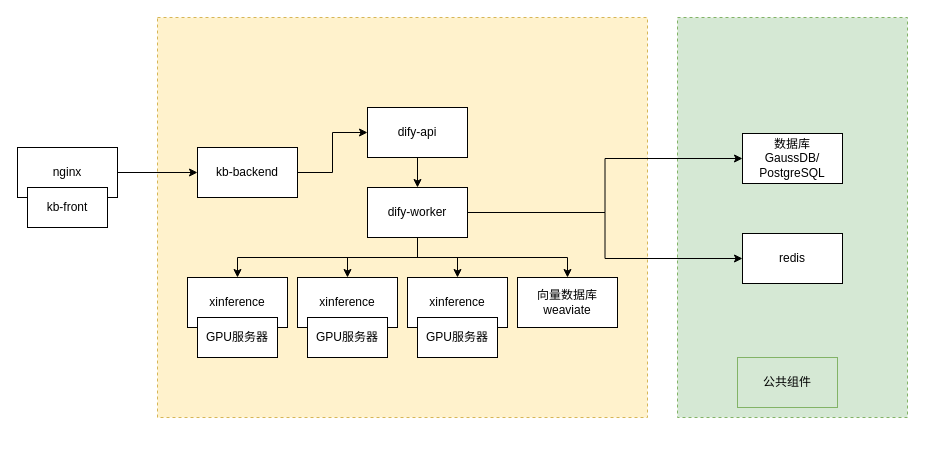
This is 未命名绘图.drawio from james-li/james-li.github.io, a draw.io file, before an edit. Source tidied: cells renumbered, new cells numbered last; positions are measured from the earlier drawing's top-left corner, leaving out a move shared by most shapes. Both pictures are drawn from the tidied source at 100%, with x=0, y=0 at pixel (17, 17).
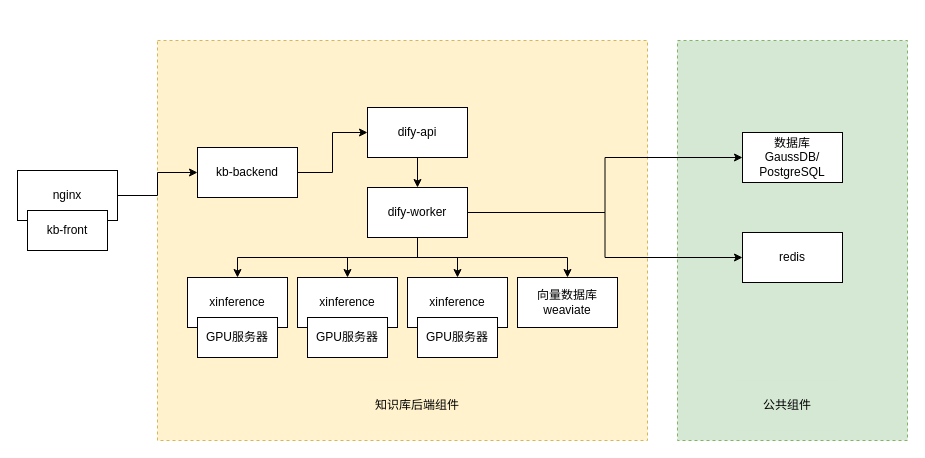
The same page after the edit.

Diff of the diagram source:
```diff
@@
     <mxCell id="2" style="rounded=0;whiteSpace=wrap;html=1;dashed=1;fillColor=#d5e8d4;strokeColor=#82b366;" parent="1" vertex="1">
-      <mxGeometry x="660" width="230" height="400" as="geometry" />
+      <mxGeometry x="660" y="23" width="230" height="400" as="geometry" />
     </mxCell>
     <mxCell id="3" style="rounded=0;whiteSpace=wrap;html=1;dashed=1;fillColor=#fff2cc;strokeColor=#d6b656;" parent="1" vertex="1">
-      <mxGeometry x="140" width="490" height="400" as="geometry" />
+      <mxGeometry x="140" y="23" width="490" height="400" as="geometry" />
     </mxCell>
@@
     <mxCell id="20" value="nginx" style="rounded=0;whiteSpace=wrap;html=1;" parent="1" vertex="1">
-      <mxGeometry y="130" width="100" height="50" as="geometry" />
+      <mxGeometry y="153" width="100" height="50" as="geometry" />
     </mxCell>
     <mxCell id="21" value="kb-front" style="rounded=0;whiteSpace=wrap;html=1;" parent="1" vertex="1">
-      <mxGeometry x="10" y="170" width="80" height="40" as="geometry" />
+      <mxGeometry x="10" y="193" width="80" height="40" as="geometry" />
     </mxCell>
-    <mxCell id="22" value="公共组件" style="rounded=0;whiteSpace=wrap;html=1;fillColor=#d5e8d4;strokeColor=#82b366;" parent="1" vertex="1">
-      <mxGeometry x="720" y="340" width="100" height="50" as="geometry" />
+    <mxCell id="22" value="公共组件" style="rounded=0;whiteSpace=wrap;html=1;fillColor=#d5e8d4;strokeColor=none;" parent="1" vertex="1">
+      <mxGeometry x="720" y="363" width="100" height="50" as="geometry" />
     </mxCell>
     <mxCell id="23" value="数据库&lt;div&gt;GaussDB/&lt;/div&gt;&lt;div&gt;PostgreSQL&lt;/div&gt;" style="rounded=0;whiteSpace=wrap;html=1;" parent="1" vertex="1">
-      <mxGeometry x="725" y="116" width="100" height="50" as="geometry" />
+      <mxGeometry x="725" y="115" width="100" height="50" as="geometry" />
     </mxCell>
     <mxCell id="24" value="redis" style="rounded=0;whiteSpace=wrap;html=1;" parent="1" vertex="1">
-      <mxGeometry x="725" y="216" width="100" height="50" as="geometry" />
+      <mxGeometry x="725" y="215" width="100" height="50" as="geometry" />
     </mxCell>
@@
+    <mxCell id="28" value="知识库后端组件" style="rounded=0;whiteSpace=wrap;html=1;fillColor=#fff2cc;strokeColor=none;" parent="1" vertex="1">
+      <mxGeometry x="350" y="363" width="100" height="50" as="geometry" />
+    </mxCell>
```
